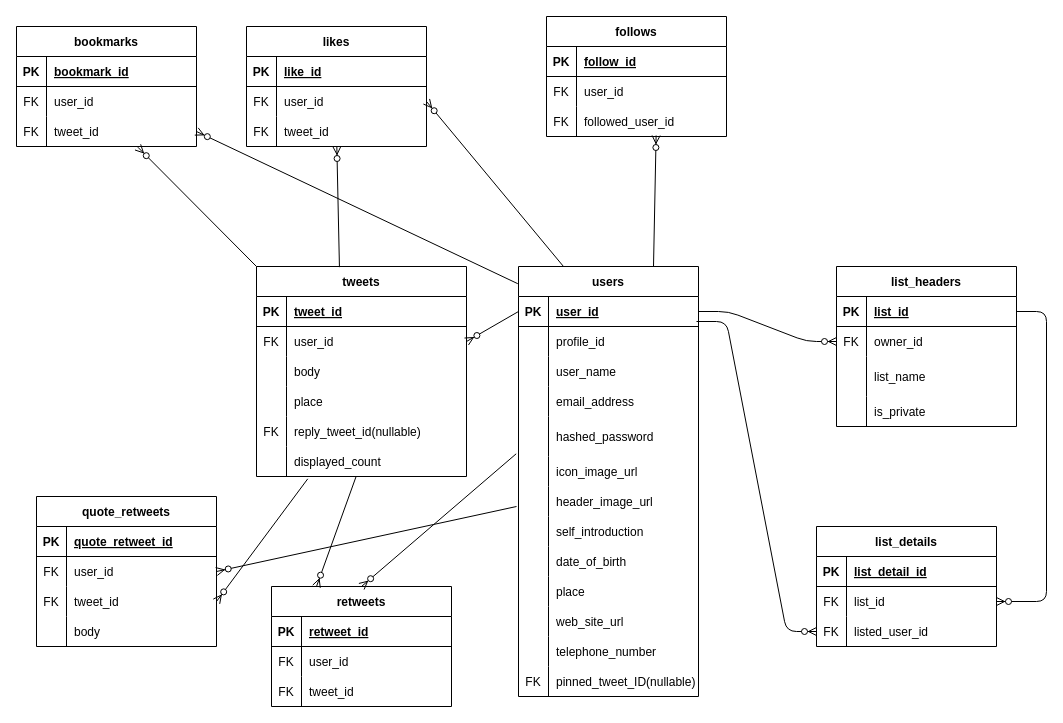
The draw.io diagram twitterDB.dio in fjordllc/ruby-practices, before the edit. Source tidied: cells renumbered, new cells numbered last; positions are measured from the earlier drawing's top-left corner, leaving out a move shared by most shapes. Both pictures are drawn from the tidied source at 100%, with x=0, y=0 at pixel (16, 16).
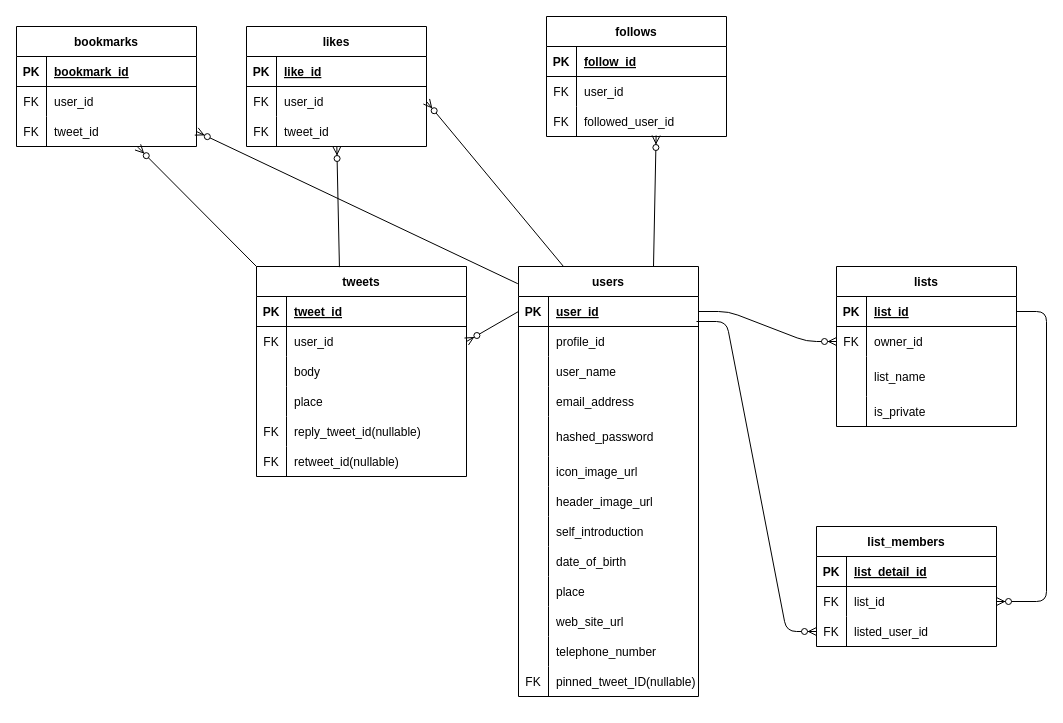
After the change.

Commit message:
twitterのER図を修正

Unchanged cells that the change refers to:
```xml
<mxCell id="15" style="shape=tableRow;horizontal=0;startSize=0;swimlaneHead=0;swimlaneBody=0;fillColor=none;points=[[0,0.5],[1,0.5]];portConstraint=eastwest;top=0;left=0;right=0;bottom=0;" parent="2" vertex="1">
  <mxGeometry y="150" width="180" height="40" as="geometry" />
</mxCell>
<mxCell id="58" style="shape=tableRow;horizontal=0;startSize=0;swimlaneHead=0;swimlaneBody=0;fillColor=none;points=[[0,0.5],[1,0.5]];portConstraint=eastwest;top=0;left=0;right=0;bottom=0;" parent="42" vertex="1">
  <mxGeometry y="180" width="210" height="30" as="geometry" />
</mxCell>
```

The edit, as a diff of the source:
```diff
@@
-    <mxCell id="59" style="shape=partialRectangle;fillColor=none;top=0;left=0;bottom=0;right=0;overflow=hidden;" parent="58" vertex="1">
-      <mxGeometry width="30" height="30" as="geometry" />
-    </mxCell>
-    <mxCell id="60" value="displayed_count" style="shape=partialRectangle;fillColor=none;top=0;left=0;bottom=0;right=0;align=left;spacingLeft=6;overflow=hidden;" parent="58" vertex="1">
-      <mxGeometry x="30" width="180" height="30" as="geometry" />
-    </mxCell>
+    <mxCell id="151" value="FK" style="shape=partialRectangle;fillColor=none;top=0;left=0;bottom=0;right=0;overflow=hidden;" parent="58" vertex="1">
+      <mxGeometry width="30" height="30" as="geometry" />
+    </mxCell>
+    <mxCell id="152" value="retweet_id(nullable)" style="shape=partialRectangle;fillColor=none;top=0;left=0;bottom=0;right=0;align=left;spacingLeft=6;overflow=hidden;" parent="58" vertex="1">
+      <mxGeometry x="30" width="180" height="30" as="geometry" />
+    </mxCell>
@@
-    <mxCell id="71" value="retweets" style="shape=table;startSize=30;childLayout=tableLayout;rowLines=0;fontStyle=1;align=center;" parent="1" vertex="1">
-      <mxGeometry x="255" y="570" width="180" height="120" as="geometry" />
-    </mxCell>
-    <mxCell id="72" style="shape=tableRow;horizontal=0;startSize=0;swimlaneHead=0;swimlaneBody=0;fillColor=none;top=0;left=0;right=0;bottom=1;" parent="71" vertex="1">
-      <mxGeometry y="30" width="180" height="30" as="geometry" />
-    </mxCell>
-    <mxCell id="73" value="PK" style="shape=partialRectangle;fillColor=none;top=0;left=0;bottom=0;right=0;fontStyle=1;overflow=hidden;" parent="72" vertex="1">
-      <mxGeometry width="30" height="30" as="geometry" />
-    </mxCell>
-    <mxCell id="74" value="retweet_id" style="shape=partialRectangle;fillColor=none;top=0;left=0;bottom=0;right=0;align=left;spacingLeft=6;fontStyle=5;overflow=hidden;" parent="72" vertex="1">
-      <mxGeometry x="30" width="150" height="30" as="geometry" />
-    </mxCell>
-    <mxCell id="75" style="shape=tableRow;horizontal=0;startSize=0;swimlaneHead=0;swimlaneBody=0;fillColor=none;top=0;left=0;right=0;bottom=0;" parent="71" vertex="1">
-      <mxGeometry y="60" width="180" height="30" as="geometry" />
-    </mxCell>
-    <mxCell id="76" value="FK" style="shape=partialRectangle;fillColor=none;top=0;left=0;bottom=0;right=0;overflow=hidden;" parent="75" vertex="1">
-      <mxGeometry width="30" height="30" as="geometry" />
-    </mxCell>
-    <mxCell id="77" value="user_id" style="shape=partialRectangle;fillColor=none;top=0;left=0;bottom=0;right=0;align=left;spacingLeft=6;overflow=hidden;" parent="75" vertex="1">
-      <mxGeometry x="30" width="150" height="30" as="geometry" />
-    </mxCell>
-    <mxCell id="78" style="shape=tableRow;horizontal=0;startSize=0;swimlaneHead=0;swimlaneBody=0;fillColor=none;top=0;left=0;right=0;bottom=0;" parent="71" vertex="1">
-      <mxGeometry y="90" width="180" height="30" as="geometry" />
-    </mxCell>
-    <mxCell id="79" value="FK" style="shape=partialRectangle;fillColor=none;top=0;left=0;bottom=0;right=0;overflow=hidden;" parent="78" vertex="1">
-      <mxGeometry width="30" height="30" as="geometry" />
-    </mxCell>
-    <mxCell id="80" value="tweet_id" style="shape=partialRectangle;fillColor=none;top=0;left=0;bottom=0;right=0;align=left;spacingLeft=6;overflow=hidden;" parent="78" vertex="1">
-      <mxGeometry x="30" width="150" height="30" as="geometry" />
-    </mxCell>
@@
-    <mxCell id="91" value="quote_retweets" style="shape=table;startSize=30;childLayout=tableLayout;rowLines=0;fontStyle=1;align=center;" parent="1" vertex="1">
-      <mxGeometry x="20" y="480" width="180" height="150" as="geometry" />
-    </mxCell>
-    <mxCell id="92" style="shape=tableRow;horizontal=0;startSize=0;swimlaneHead=0;swimlaneBody=0;fillColor=none;top=0;left=0;right=0;bottom=1;" parent="91" vertex="1">
-      <mxGeometry y="30" width="180" height="30" as="geometry" />
-    </mxCell>
-    <mxCell id="93" value="PK" style="shape=partialRectangle;fillColor=none;top=0;left=0;bottom=0;right=0;fontStyle=1;overflow=hidden;" parent="92" vertex="1">
-      <mxGeometry width="30" height="30" as="geometry" />
-    </mxCell>
-    <mxCell id="94" value="quote_retweet_id" style="shape=partialRectangle;fillColor=none;top=0;left=0;bottom=0;right=0;align=left;spacingLeft=6;fontStyle=5;overflow=hidden;" parent="92" vertex="1">
-      <mxGeometry x="30" width="150" height="30" as="geometry" />
-    </mxCell>
-    <mxCell id="95" style="shape=tableRow;horizontal=0;startSize=0;swimlaneHead=0;swimlaneBody=0;fillColor=none;points=[[0,0.5],[1,0.5]];portConstraint=eastwest;top=0;left=0;right=0;bottom=0;" parent="91" vertex="1">
-      <mxGeometry y="60" width="180" height="30" as="geometry" />
-    </mxCell>
-    <mxCell id="96" value="FK" style="shape=partialRectangle;fillColor=none;top=0;left=0;bottom=0;right=0;overflow=hidden;" parent="95" vertex="1">
-      <mxGeometry width="30" height="30" as="geometry" />
-    </mxCell>
-    <mxCell id="97" value="user_id" style="shape=partialRectangle;fillColor=none;top=0;left=0;bottom=0;right=0;align=left;spacingLeft=6;overflow=hidden;" parent="95" vertex="1">
-      <mxGeometry x="30" width="150" height="30" as="geometry" />
-    </mxCell>
-    <mxCell id="98" style="shape=tableRow;horizontal=0;startSize=0;swimlaneHead=0;swimlaneBody=0;fillColor=none;points=[[0,0.5],[1,0.5]];portConstraint=eastwest;top=0;left=0;right=0;bottom=0;" parent="91" vertex="1">
-      <mxGeometry y="90" width="180" height="30" as="geometry" />
-    </mxCell>
-    <mxCell id="99" value="FK" style="shape=partialRectangle;fillColor=none;top=0;left=0;bottom=0;right=0;overflow=hidden;" parent="98" vertex="1">
-      <mxGeometry width="30" height="30" as="geometry" />
-    </mxCell>
-    <mxCell id="100" value="tweet_id" style="shape=partialRectangle;fillColor=none;top=0;left=0;bottom=0;right=0;align=left;spacingLeft=6;overflow=hidden;" parent="98" vertex="1">
-      <mxGeometry x="30" width="150" height="30" as="geometry" />
-    </mxCell>
-    <mxCell id="101" style="shape=tableRow;horizontal=0;startSize=0;swimlaneHead=0;swimlaneBody=0;fillColor=none;top=0;left=0;right=0;bottom=0;" parent="91" vertex="1">
-      <mxGeometry y="120" width="180" height="30" as="geometry" />
-    </mxCell>
-    <mxCell id="102" style="shape=partialRectangle;fillColor=none;top=0;left=0;bottom=0;right=0;overflow=hidden;" parent="101" vertex="1">
-      <mxGeometry width="30" height="30" as="geometry" />
-    </mxCell>
-    <mxCell id="103" value="body" style="shape=partialRectangle;fillColor=none;top=0;left=0;bottom=0;right=0;align=left;spacingLeft=6;overflow=hidden;" parent="101" vertex="1">
-      <mxGeometry x="30" width="150" height="30" as="geometry" />
-    </mxCell>
-    <mxCell id="104" value="list_headers" style="shape=table;startSize=30;childLayout=tableLayout;rowLines=0;fontStyle=1;align=center;" parent="1" vertex="1">
+    <mxCell id="104" value="lists" style="shape=table;startSize=30;childLayout=tableLayout;rowLines=0;fontStyle=1;align=center;" parent="1" vertex="1">
       <mxGeometry x="820" y="250" width="180" height="160" as="geometry" />
     </mxCell>
@@
-    <mxCell id="117" value="list_details" style="shape=table;startSize=30;childLayout=tableLayout;rowLines=0;fontStyle=1;align=center;" parent="1" vertex="1">
+    <mxCell id="117" value="list_members" style="shape=table;startSize=30;childLayout=tableLayout;rowLines=0;fontStyle=1;align=center;" parent="1" vertex="1">
       <mxGeometry x="800" y="510" width="180" height="120" as="geometry" />
     </mxCell>
@@
-    <mxCell id="135" style="fontSize=12;html=1;endArrow=ERzeroToMany;endFill=1;entryX=0.25;entryY=0;entryDx=0;entryDy=0;" parent="1" edge="1" source="58" target="71">
-      <mxGeometry relative="1" as="geometry" />
-    </mxCell>
-    <mxCell id="136" style="fontSize=12;html=1;endArrow=ERzeroToMany;endFill=1;entryX=0.5;entryY=0;entryDx=0;entryDy=0;exitX=-0.013;exitY=0.933;exitDx=0;exitDy=0;exitPerimeter=0;" parent="1" edge="1" source="15" target="71">
-      <mxGeometry relative="1" as="geometry" />
-    </mxCell>
-    <mxCell id="137" style="fontSize=12;html=1;endArrow=ERzeroToMany;endFill=1;entryX=1;entryY=0.5;entryDx=0;entryDy=0;" parent="1" edge="1" target="95">
-      <mxGeometry relative="1" as="geometry">
-        <mxPoint x="500" y="490" as="sourcePoint" />
-      </mxGeometry>
-    </mxCell>
-    <mxCell id="138" style="fontSize=12;html=1;endArrow=ERzeroToMany;endFill=1;entryX=1;entryY=0.5;entryDx=0;entryDy=0;exitX=0.244;exitY=1.078;exitDx=0;exitDy=0;exitPerimeter=0;" parent="1" edge="1" source="58" target="98">
-      <mxGeometry relative="1" as="geometry" />
-    </mxCell>
```
